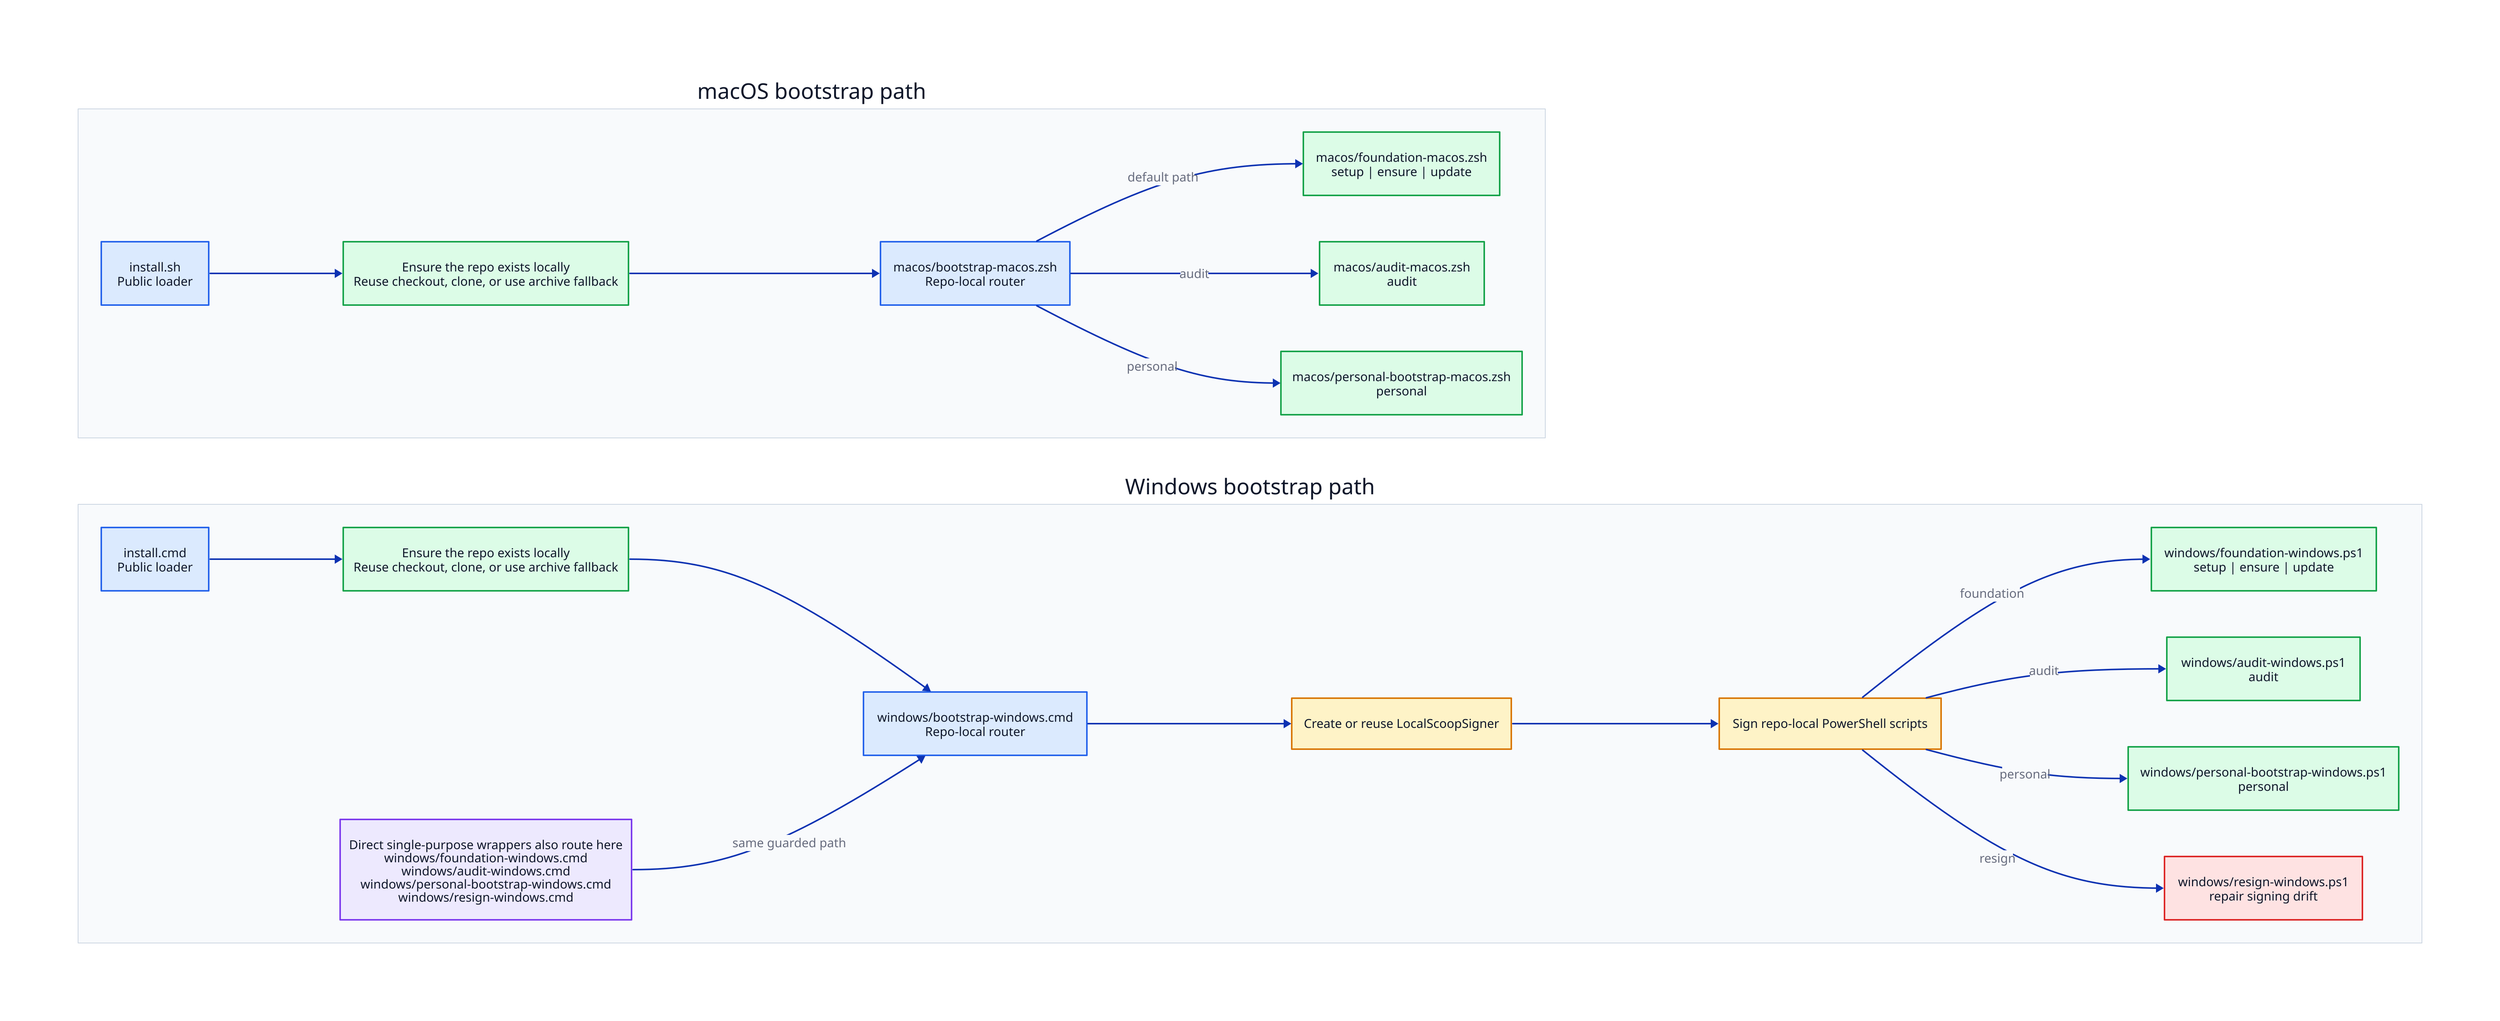
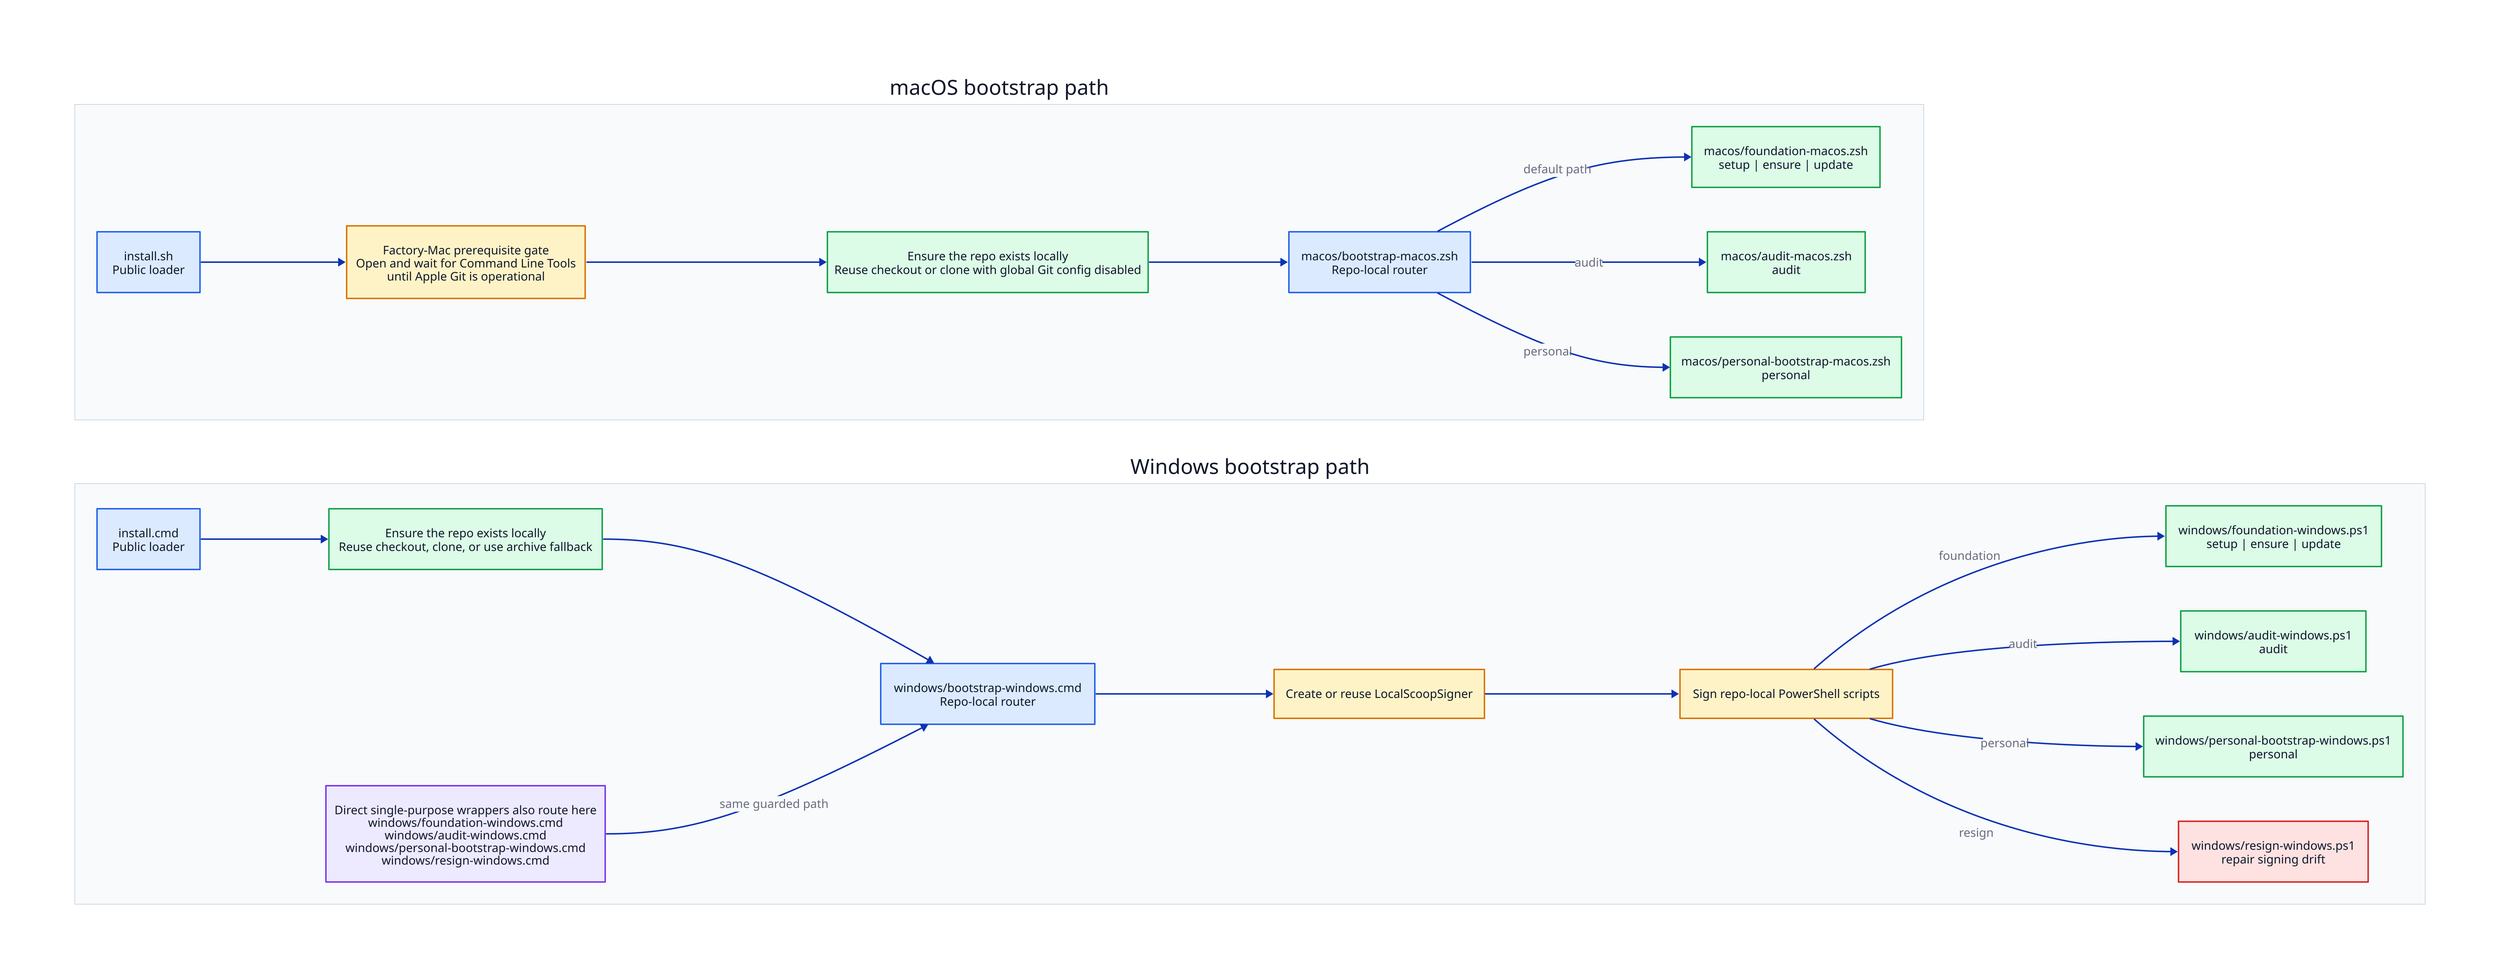
direction: right

classes: {
  platform: {
    style.fill: "#F8FAFC"
    style.stroke: "#CBD5E1"
    style.stroke-width: 1
    style.font-color: "#0F172A"
  }
  entry: {
    style.fill: "#DBEAFE"
    style.stroke: "#2563EB"
    style.stroke-width: 2
    style.font-color: "#0F172A"
  }
  step: {
    style.fill: "#DCFCE7"
    style.stroke: "#16A34A"
    style.stroke-width: 2
    style.font-color: "#0F172A"
  }
  guard: {
    style.fill: "#FEF3C7"
    style.stroke: "#D97706"
    style.stroke-width: 2
    style.font-color: "#0F172A"
  }
  repair: {
    style.fill: "#FEE2E2"
    style.stroke: "#DC2626"
    style.stroke-width: 2
    style.font-color: "#0F172A"
  }
  note: {
    style.fill: "#EDE9FE"
    style.stroke: "#7C3AED"
    style.stroke-width: 2
    style.font-color: "#0F172A"
  }
}

macos: {
  label: "macOS bootstrap path"
  class: platform
  direction: down

  loader: {
    label: "install.sh\nPublic loader"
    class: entry
  }

+   prerequisites: {
+     label: "Factory-Mac prerequisite gate\nOpen and wait for Command Line Tools\nuntil Apple Git is operational"
+     class: guard
+   }
+ 
  checkout: {
-     label: "Ensure the repo exists locally\nReuse checkout, clone, or use archive fallback"
+     label: "Ensure the repo exists locally\nReuse checkout or clone with global Git config disabled"
    class: step
  }

  bootstrap: {
    label: "macos/bootstrap-macos.zsh\nRepo-local router"
    class: entry
  }

  foundation: {
    label: "macos/foundation-macos.zsh\nsetup | ensure | update"
    class: step
  }

  audit: {
    label: "macos/audit-macos.zsh\naudit"
    class: step
  }

  personal: {
    label: "macos/personal-bootstrap-macos.zsh\npersonal"
    class: step
  }

-   loader -> checkout -> bootstrap
+   loader -> prerequisites -> checkout -> bootstrap
  bootstrap -> foundation: "default path"
  bootstrap -> audit: "audit"
  bootstrap -> personal: "personal"
}

windows: {
  label: "Windows bootstrap path"
  class: platform
  direction: down

  loader: {
    label: "install.cmd\nPublic loader"
    class: entry
  }

  checkout: {
    label: "Ensure the repo exists locally\nReuse checkout, clone, or use archive fallback"
    class: step
  }

  bootstrap: {
    label: "windows/bootstrap-windows.cmd\nRepo-local router"
    class: entry
  }

  certificate: {
    label: "Create or reuse LocalScoopSigner"
    class: guard
  }

  sign: {
    label: "Sign repo-local PowerShell scripts"
    class: guard
  }

  foundation: {
    label: "windows/foundation-windows.ps1\nsetup | ensure | update"
    class: step
  }

  audit: {
    label: "windows/audit-windows.ps1\naudit"
    class: step
  }

  personal: {
    label: "windows/personal-bootstrap-windows.ps1\npersonal"
    class: step
  }

  resign: {
    label: "windows/resign-windows.ps1\nrepair signing drift"
    class: repair
  }

  direct_wrappers: {
    label: "Direct single-purpose wrappers also route here\nwindows/foundation-windows.cmd\nwindows/audit-windows.cmd\nwindows/personal-bootstrap-windows.cmd\nwindows/resign-windows.cmd"
    class: note
  }

  loader -> checkout -> bootstrap -> certificate -> sign
  sign -> foundation: "foundation"
  sign -> audit: "audit"
  sign -> personal: "personal"
  sign -> resign: "resign"
  direct_wrappers -> bootstrap: "same guarded path"
}
